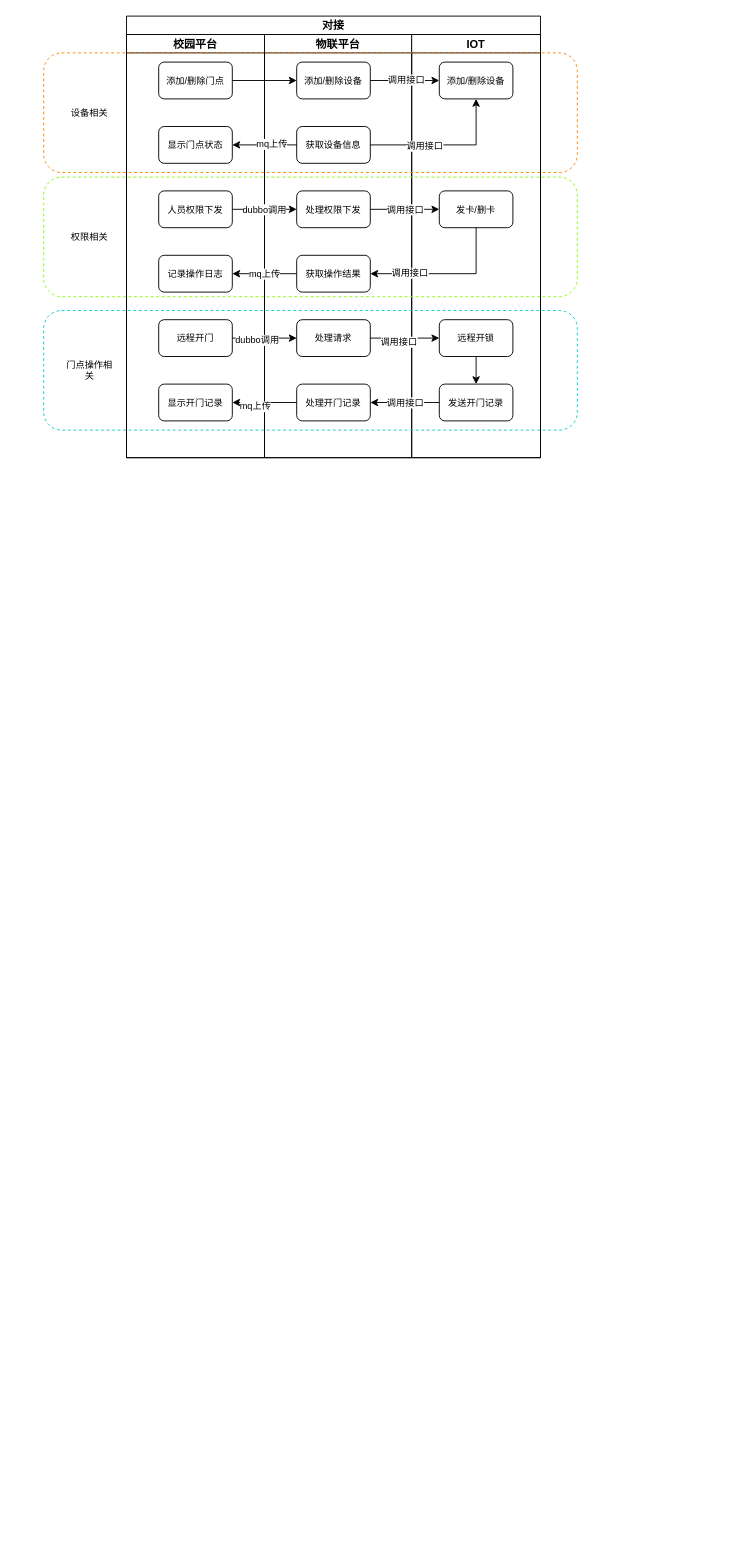
This is 禾田对接.drawio from chaselch/chasel-draw-pic, a draw.io file, before an edit. Source tidied: cells renumbered, new cells numbered last; positions are measured from the earlier drawing's top-left corner, leaving out a move shared by most shapes. Both pictures are drawn from the tidied source at 92%, with x=0, y=0 at pixel (43, 16).
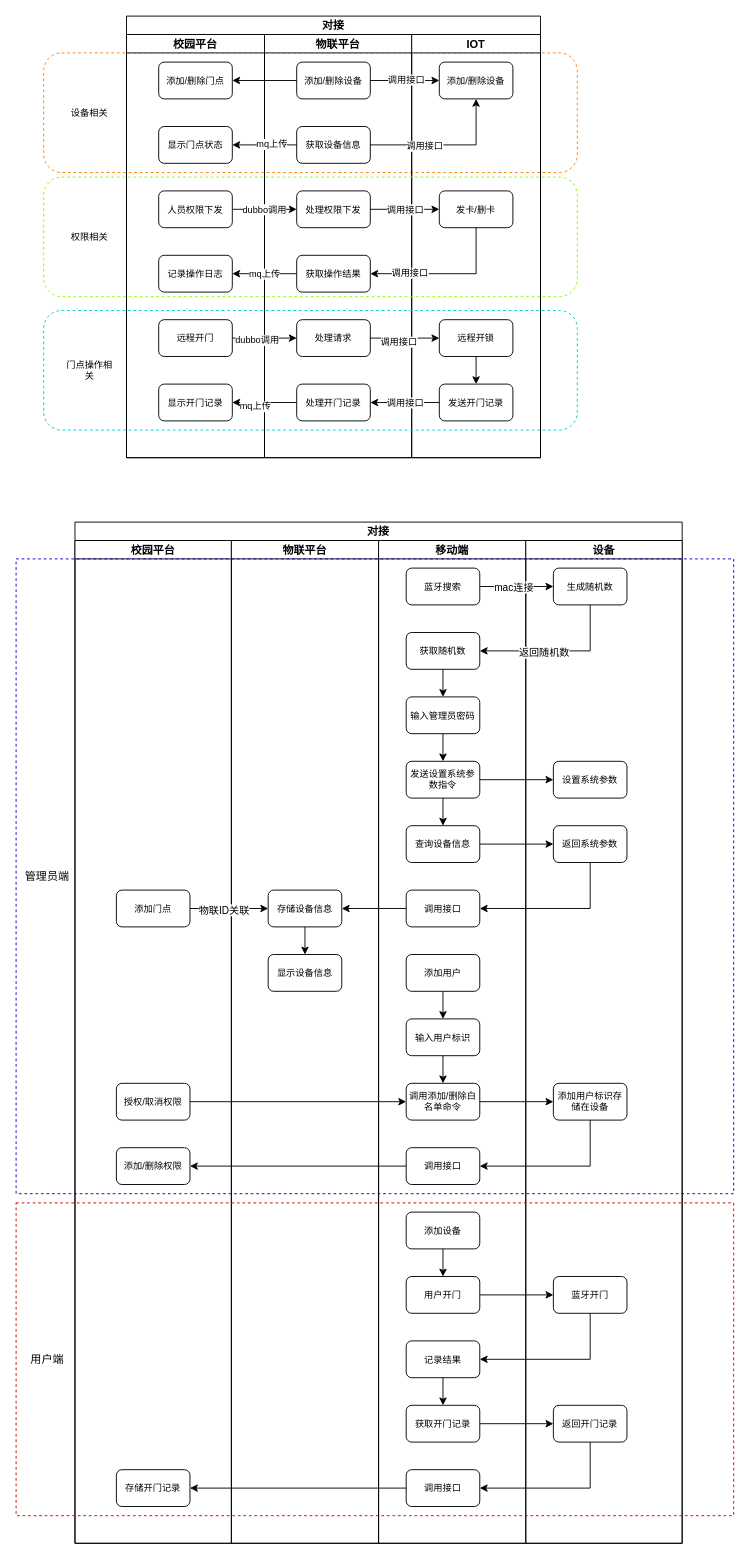
Above is the later version.

Commit message:
更新禾田对接.drawio

Unchanged cells that the change refers to:
```xml
<mxCell id="2" value="对接" style="swimlane;startSize=20;" parent="1" vertex="1">
  <mxGeometry x="90" width="450" height="480" as="geometry" />
</mxCell>
<mxCell id="4" value="添加/删除门点" style="rounded=1;whiteSpace=wrap;html=1;fontSize=10;" parent="3" vertex="1">
  <mxGeometry x="35" y="30" width="80" height="40" as="geometry" />
</mxCell>
<mxCell id="11" value="添加/删除设备" style="rounded=1;whiteSpace=wrap;html=1;fontSize=10;" parent="10" vertex="1">
  <mxGeometry x="35" y="30" width="80" height="40" as="geometry" />
</mxCell>
```

Change to the diagram source:
```diff
@@
+    <mxCell id="43" style="rounded=1;whiteSpace=wrap;html=1;fontSize=10;fillColor=none;dashed=1;strokeColor=#FF8000;" parent="1" vertex="1">
+      <mxGeometry y="40" width="580" height="130" as="geometry" />
+    </mxCell>
@@
-    <mxCell id="27" style="edgeStyle=orthogonalEdgeStyle;rounded=0;jettySize=auto;html=1;exitX=1;exitY=0.5;exitDx=0;exitDy=0;entryX=0;entryY=0.5;entryDx=0;entryDy=0;fontSize=10;" parent="2" edge="1" source="4" target="11">
+    <mxCell id="27" style="edgeStyle=orthogonalEdgeStyle;rounded=0;jettySize=auto;html=1;exitX=1;exitY=0.5;exitDx=0;exitDy=0;entryX=0;entryY=0.5;entryDx=0;entryDy=0;fontSize=10;startArrow=classic;startFill=1;endArrow=none;endFill=0;" parent="2" edge="1" source="4" target="11">
       <mxGeometry relative="1" as="geometry" />
     </mxCell>
@@
-    <mxCell id="43" style="rounded=1;whiteSpace=wrap;html=1;fontSize=10;fillColor=none;dashed=1;strokeColor=#FF8000;" parent="1" vertex="1">
-      <mxGeometry y="40" width="580" height="130" as="geometry" />
-    </mxCell>
@@
+    <mxCell id="49" value="对接" style="swimlane;startSize=20;" parent="1" vertex="1">
+      <mxGeometry x="34" y="550" width="660" height="1110" as="geometry" />
+    </mxCell>
+    <mxCell id="50" value="校园平台" style="swimlane;startSize=20;" parent="49" vertex="1">
+      <mxGeometry y="20" width="170" height="1090" as="geometry" />
+    </mxCell>
+    <mxCell id="51" value="添加门点" style="rounded=1;whiteSpace=wrap;html=1;fontSize=10;" parent="50" vertex="1">
+      <mxGeometry x="45" y="380" width="80" height="40" as="geometry" />
+    </mxCell>
+    <mxCell id="52" value="添加/删除权限" style="rounded=1;whiteSpace=wrap;html=1;fontSize=10;" parent="50" vertex="1">
+      <mxGeometry x="45" y="660" width="80" height="40" as="geometry" />
+    </mxCell>
+    <mxCell id="53" value="授权/取消权限" style="rounded=1;whiteSpace=wrap;html=1;fontSize=10;" parent="50" vertex="1">
+      <mxGeometry x="45" y="590" width="80" height="40" as="geometry" />
+    </mxCell>
+    <mxCell id="54" value="存储开门记录" style="rounded=1;whiteSpace=wrap;html=1;fontSize=10;" parent="50" vertex="1">
+      <mxGeometry x="45" y="1010" width="80" height="40" as="geometry" />
+    </mxCell>
+    <mxCell id="55" value="物联平台" style="swimlane;startSize=20;" parent="49" vertex="1">
+      <mxGeometry x="170" y="20" width="160" height="1090" as="geometry" />
+    </mxCell>
+    <mxCell id="56" style="edgeStyle=orthogonalEdgeStyle;rounded=0;jettySize=auto;html=1;exitX=0.5;exitY=1;exitDx=0;exitDy=0;entryX=0.5;entryY=0;entryDx=0;entryDy=0;startArrow=none;startFill=0;endArrow=classic;endFill=1;" parent="55" edge="1" source="57" target="58">
+      <mxGeometry relative="1" as="geometry" />
+    </mxCell>
+    <mxCell id="57" value="存储设备信息" style="rounded=1;whiteSpace=wrap;html=1;fontSize=10;" parent="55" vertex="1">
+      <mxGeometry x="40" y="380" width="80" height="40" as="geometry" />
+    </mxCell>
+    <mxCell id="58" value="显示设备信息" style="rounded=1;whiteSpace=wrap;html=1;fontSize=10;" parent="55" vertex="1">
+      <mxGeometry x="40" y="450" width="80" height="40" as="geometry" />
+    </mxCell>
+    <mxCell id="59" value="移动端" style="swimlane;startSize=20;" parent="49" vertex="1">
+      <mxGeometry x="330" y="20" width="160" height="1090" as="geometry" />
+    </mxCell>
+    <mxCell id="60" value="蓝牙搜索" style="rounded=1;whiteSpace=wrap;html=1;fontSize=10;" parent="59" vertex="1">
+      <mxGeometry x="30" y="30" width="80" height="40" as="geometry" />
+    </mxCell>
+    <mxCell id="61" style="edgeStyle=orthogonalEdgeStyle;rounded=0;orthogonalLoop=1;jettySize=auto;html=1;exitX=0.5;exitY=1;exitDx=0;exitDy=0;entryX=0.5;entryY=0;entryDx=0;entryDy=0;fontSize=10;" parent="59" edge="1">
+      <mxGeometry relative="1" as="geometry">
+        <mxPoint x="70" y="380" as="targetPoint" />
+      </mxGeometry>
+    </mxCell>
+    <mxCell id="62" style="edgeStyle=orthogonalEdgeStyle;rounded=0;jettySize=auto;html=1;exitX=0.5;exitY=1;exitDx=0;exitDy=0;entryX=0.5;entryY=0;entryDx=0;entryDy=0;startArrow=none;startFill=0;endArrow=classic;endFill=1;" parent="59" edge="1" source="63" target="65">
+      <mxGeometry relative="1" as="geometry" />
+    </mxCell>
+    <mxCell id="63" value="获取随机数" style="rounded=1;whiteSpace=wrap;html=1;fontSize=10;" parent="59" vertex="1">
+      <mxGeometry x="30" y="100" width="80" height="40" as="geometry" />
+    </mxCell>
+    <mxCell id="64" style="edgeStyle=orthogonalEdgeStyle;rounded=0;jettySize=auto;html=1;exitX=0.5;exitY=1;exitDx=0;exitDy=0;entryX=0.5;entryY=0;entryDx=0;entryDy=0;startArrow=none;startFill=0;endArrow=classic;endFill=1;" parent="59" edge="1" source="65" target="67">
+      <mxGeometry relative="1" as="geometry" />
+    </mxCell>
+    <mxCell id="65" value="输入管理员密码" style="rounded=1;whiteSpace=wrap;html=1;fontSize=10;" parent="59" vertex="1">
+      <mxGeometry x="30" y="170" width="80" height="40" as="geometry" />
+    </mxCell>
+    <mxCell id="66" style="edgeStyle=orthogonalEdgeStyle;rounded=0;jettySize=auto;html=1;exitX=0.5;exitY=1;exitDx=0;exitDy=0;entryX=0.5;entryY=0;entryDx=0;entryDy=0;startArrow=none;startFill=0;endArrow=classic;endFill=1;" parent="59" edge="1" source="67" target="68">
+      <mxGeometry relative="1" as="geometry" />
+    </mxCell>
+    <mxCell id="67" value="发送设置系统参数指令" style="rounded=1;whiteSpace=wrap;html=1;fontSize=10;" parent="59" vertex="1">
+      <mxGeometry x="30" y="240" width="80" height="40" as="geometry" />
+    </mxCell>
+    <mxCell id="68" value="查询设备信息" style="rounded=1;whiteSpace=wrap;html=1;fontSize=10;" parent="59" vertex="1">
+      <mxGeometry x="30" y="310" width="80" height="40" as="geometry" />
+    </mxCell>
+    <mxCell id="69" value="调用接口" style="rounded=1;whiteSpace=wrap;html=1;fontSize=10;" parent="59" vertex="1">
+      <mxGeometry x="30" y="380" width="80" height="40" as="geometry" />
+    </mxCell>
+    <mxCell id="70" style="edgeStyle=orthogonalEdgeStyle;rounded=0;jettySize=auto;html=1;exitX=0.5;exitY=1;exitDx=0;exitDy=0;entryX=0.5;entryY=0;entryDx=0;entryDy=0;startArrow=none;startFill=0;endArrow=classic;endFill=1;" parent="59" edge="1" source="71" target="73">
+      <mxGeometry relative="1" as="geometry" />
+    </mxCell>
+    <mxCell id="71" value="添加用户" style="rounded=1;whiteSpace=wrap;html=1;fontSize=10;" parent="59" vertex="1">
+      <mxGeometry x="30" y="450" width="80" height="40" as="geometry" />
+    </mxCell>
+    <mxCell id="72" style="edgeStyle=orthogonalEdgeStyle;rounded=0;jettySize=auto;html=1;exitX=0.5;exitY=1;exitDx=0;exitDy=0;entryX=0.5;entryY=0;entryDx=0;entryDy=0;startArrow=none;startFill=0;endArrow=classic;endFill=1;" parent="59" edge="1" source="73" target="74">
+      <mxGeometry relative="1" as="geometry" />
+    </mxCell>
+    <mxCell id="73" value="输入用户标识" style="rounded=1;whiteSpace=wrap;html=1;fontSize=10;" parent="59" vertex="1">
+      <mxGeometry x="30" y="520" width="80" height="40" as="geometry" />
+    </mxCell>
+    <mxCell id="74" value="调用添加/删除白名单命令" style="rounded=1;whiteSpace=wrap;html=1;fontSize=10;" parent="59" vertex="1">
+      <mxGeometry x="30" y="590" width="80" height="40" as="geometry" />
+    </mxCell>
+    <mxCell id="75" value="调用接口" style="rounded=1;whiteSpace=wrap;html=1;fontSize=10;" parent="59" vertex="1">
+      <mxGeometry x="30" y="660" width="80" height="40" as="geometry" />
+    </mxCell>
+    <mxCell id="76" style="edgeStyle=orthogonalEdgeStyle;rounded=0;jettySize=auto;html=1;exitX=0.5;exitY=1;exitDx=0;exitDy=0;entryX=0.5;entryY=0;entryDx=0;entryDy=0;startArrow=none;startFill=0;endArrow=classic;endFill=1;" parent="59" edge="1" source="77" target="78">
+      <mxGeometry relative="1" as="geometry" />
+    </mxCell>
+    <mxCell id="77" value="添加设备" style="rounded=1;whiteSpace=wrap;html=1;fontSize=10;" parent="59" vertex="1">
+      <mxGeometry x="30" y="730" width="80" height="40" as="geometry" />
+    </mxCell>
+    <mxCell id="78" value="用户开门" style="rounded=1;whiteSpace=wrap;html=1;fontSize=10;" parent="59" vertex="1">
+      <mxGeometry x="30" y="800" width="80" height="40" as="geometry" />
+    </mxCell>
+    <mxCell id="79" value="获取开门记录" style="rounded=1;whiteSpace=wrap;html=1;fontSize=10;" parent="59" vertex="1">
+      <mxGeometry x="30" y="940" width="80" height="40" as="geometry" />
+    </mxCell>
+    <mxCell id="80" style="edgeStyle=orthogonalEdgeStyle;rounded=0;jettySize=auto;html=1;exitX=0.5;exitY=1;exitDx=0;exitDy=0;entryX=0.5;entryY=0;entryDx=0;entryDy=0;startArrow=none;startFill=0;endArrow=classic;endFill=1;" parent="59" edge="1" source="81" target="79">
+      <mxGeometry relative="1" as="geometry" />
+    </mxCell>
+    <mxCell id="81" value="记录结果" style="rounded=1;whiteSpace=wrap;html=1;fontSize=10;" parent="59" vertex="1">
+      <mxGeometry x="30" y="870" width="80" height="40" as="geometry" />
+    </mxCell>
+    <mxCell id="82" value="调用接口" style="rounded=1;whiteSpace=wrap;html=1;fontSize=10;" parent="59" vertex="1">
+      <mxGeometry x="30" y="1010" width="80" height="40" as="geometry" />
+    </mxCell>
+    <mxCell id="83" value="设备" style="swimlane;startSize=20;" parent="49" vertex="1">
+      <mxGeometry x="490" y="20" width="170" height="1090" as="geometry" />
+    </mxCell>
+    <mxCell id="84" value="生成随机数" style="rounded=1;whiteSpace=wrap;html=1;fontSize=10;" parent="83" vertex="1">
+      <mxGeometry x="30" y="30" width="80" height="40" as="geometry" />
+    </mxCell>
+    <mxCell id="85" style="edgeStyle=orthogonalEdgeStyle;rounded=0;orthogonalLoop=1;jettySize=auto;html=1;exitX=0.5;exitY=1;exitDx=0;exitDy=0;entryX=0.5;entryY=0;entryDx=0;entryDy=0;fontSize=10;" parent="83" edge="1">
+      <mxGeometry relative="1" as="geometry">
+        <mxPoint x="70" y="380" as="targetPoint" />
+      </mxGeometry>
+    </mxCell>
+    <mxCell id="86" value="设置系统参数" style="rounded=1;whiteSpace=wrap;html=1;fontSize=10;" parent="83" vertex="1">
+      <mxGeometry x="30" y="240" width="80" height="40" as="geometry" />
+    </mxCell>
+    <mxCell id="87" value="返回系统参数" style="rounded=1;whiteSpace=wrap;html=1;fontSize=10;" parent="83" vertex="1">
+      <mxGeometry x="30" y="310" width="80" height="40" as="geometry" />
+    </mxCell>
+    <mxCell id="88" value="添加用户标识存储在设备" style="rounded=1;whiteSpace=wrap;html=1;fontSize=10;" parent="83" vertex="1">
+      <mxGeometry x="30" y="590" width="80" height="40" as="geometry" />
+    </mxCell>
+    <mxCell id="89" value="蓝牙开门" style="rounded=1;whiteSpace=wrap;html=1;fontSize=10;" parent="83" vertex="1">
+      <mxGeometry x="30" y="800" width="80" height="40" as="geometry" />
+    </mxCell>
+    <mxCell id="90" value="返回开门记录" style="rounded=1;whiteSpace=wrap;html=1;fontSize=10;" parent="83" vertex="1">
+      <mxGeometry x="30" y="940" width="80" height="40" as="geometry" />
+    </mxCell>
+    <mxCell id="91" style="edgeStyle=orthogonalEdgeStyle;rounded=0;jettySize=auto;html=1;exitX=1;exitY=0.5;exitDx=0;exitDy=0;startArrow=none;startFill=0;endArrow=classic;endFill=1;" parent="49" edge="1" source="60" target="84">
+      <mxGeometry relative="1" as="geometry" />
+    </mxCell>
+    <mxCell id="92" value="mac连接" style="edgeLabel;html=1;align=center;verticalAlign=middle;" parent="91" vertex="1">
+      <mxGeometry x="-0.43" relative="1" as="geometry">
+        <mxPoint x="13" as="offset" />
+      </mxGeometry>
+    </mxCell>
+    <mxCell id="93" style="edgeStyle=orthogonalEdgeStyle;rounded=0;jettySize=auto;html=1;exitX=0.5;exitY=1;exitDx=0;exitDy=0;entryX=1;entryY=0.5;entryDx=0;entryDy=0;startArrow=none;startFill=0;endArrow=classic;endFill=1;" parent="49" edge="1" source="84" target="63">
+      <mxGeometry relative="1" as="geometry" />
+    </mxCell>
+    <mxCell id="94" value="返回随机数" style="edgeLabel;html=1;align=center;verticalAlign=middle;" parent="93" vertex="1">
+      <mxGeometry x="0.19" y="1" relative="1" as="geometry" />
+    </mxCell>
+    <mxCell id="95" style="edgeStyle=orthogonalEdgeStyle;rounded=0;jettySize=auto;html=1;exitX=1;exitY=0.5;exitDx=0;exitDy=0;entryX=0;entryY=0.5;entryDx=0;entryDy=0;startArrow=none;startFill=0;endArrow=classic;endFill=1;" parent="49" edge="1" source="67" target="86">
+      <mxGeometry relative="1" as="geometry" />
+    </mxCell>
+    <mxCell id="96" style="edgeStyle=orthogonalEdgeStyle;rounded=0;jettySize=auto;html=1;exitX=1;exitY=0.5;exitDx=0;exitDy=0;entryX=0;entryY=0.5;entryDx=0;entryDy=0;startArrow=none;startFill=0;endArrow=classic;endFill=1;" parent="49" edge="1" source="68" target="87">
+      <mxGeometry relative="1" as="geometry" />
+    </mxCell>
+    <mxCell id="97" style="edgeStyle=orthogonalEdgeStyle;rounded=0;jettySize=auto;html=1;exitX=0.5;exitY=1;exitDx=0;exitDy=0;entryX=1;entryY=0.5;entryDx=0;entryDy=0;startArrow=none;startFill=0;endArrow=classic;endFill=1;" parent="49" edge="1" source="87" target="69">
+      <mxGeometry relative="1" as="geometry" />
+    </mxCell>
+    <mxCell id="98" style="edgeStyle=orthogonalEdgeStyle;rounded=0;jettySize=auto;html=1;exitX=0;exitY=0.5;exitDx=0;exitDy=0;entryX=1;entryY=0.5;entryDx=0;entryDy=0;startArrow=none;startFill=0;endArrow=classic;endFill=1;" parent="49" edge="1" source="69" target="57">
+      <mxGeometry relative="1" as="geometry" />
+    </mxCell>
+    <mxCell id="99" style="edgeStyle=orthogonalEdgeStyle;rounded=0;jettySize=auto;html=1;exitX=1;exitY=0.5;exitDx=0;exitDy=0;entryX=0;entryY=0.5;entryDx=0;entryDy=0;startArrow=none;startFill=0;endArrow=classic;endFill=1;" parent="49" edge="1" source="51" target="57">
+      <mxGeometry relative="1" as="geometry" />
+    </mxCell>
+    <mxCell id="100" value="物联ID关联" style="edgeLabel;html=1;align=center;verticalAlign=middle;" parent="99" vertex="1">
+      <mxGeometry x="-0.15" relative="1" as="geometry">
+        <mxPoint y="1" as="offset" />
+      </mxGeometry>
+    </mxCell>
+    <mxCell id="101" style="edgeStyle=orthogonalEdgeStyle;rounded=0;jettySize=auto;html=1;exitX=1;exitY=0.5;exitDx=0;exitDy=0;entryX=0;entryY=0.5;entryDx=0;entryDy=0;startArrow=none;startFill=0;endArrow=classic;endFill=1;" parent="49" edge="1" source="74" target="88">
+      <mxGeometry relative="1" as="geometry" />
+    </mxCell>
+    <mxCell id="102" style="edgeStyle=orthogonalEdgeStyle;rounded=0;jettySize=auto;html=1;exitX=0.5;exitY=1;exitDx=0;exitDy=0;entryX=1;entryY=0.5;entryDx=0;entryDy=0;startArrow=none;startFill=0;endArrow=classic;endFill=1;" parent="49" edge="1" source="88" target="75">
+      <mxGeometry relative="1" as="geometry" />
+    </mxCell>
+    <mxCell id="103" style="edgeStyle=orthogonalEdgeStyle;rounded=0;jettySize=auto;html=1;exitX=0;exitY=0.5;exitDx=0;exitDy=0;startArrow=none;startFill=0;endArrow=classic;endFill=1;entryX=1;entryY=0.5;entryDx=0;entryDy=0;" parent="49" edge="1" source="75" target="52">
+      <mxGeometry relative="1" as="geometry" />
+    </mxCell>
+    <mxCell id="104" style="edgeStyle=orthogonalEdgeStyle;rounded=0;jettySize=auto;html=1;exitX=1;exitY=0.5;exitDx=0;exitDy=0;entryX=0;entryY=0.5;entryDx=0;entryDy=0;startArrow=none;startFill=0;endArrow=classic;endFill=1;" parent="49" edge="1" source="53" target="74">
+      <mxGeometry relative="1" as="geometry" />
+    </mxCell>
+    <mxCell id="105" style="edgeStyle=orthogonalEdgeStyle;rounded=0;jettySize=auto;html=1;exitX=1;exitY=0.5;exitDx=0;exitDy=0;entryX=0;entryY=0.5;entryDx=0;entryDy=0;startArrow=none;startFill=0;endArrow=classic;endFill=1;" parent="49" edge="1" source="78" target="89">
+      <mxGeometry relative="1" as="geometry" />
+    </mxCell>
+    <mxCell id="106" style="edgeStyle=orthogonalEdgeStyle;rounded=0;jettySize=auto;html=1;exitX=0.5;exitY=1;exitDx=0;exitDy=0;entryX=1;entryY=0.5;entryDx=0;entryDy=0;startArrow=none;startFill=0;endArrow=classic;endFill=1;" parent="49" edge="1" source="89" target="81">
+      <mxGeometry relative="1" as="geometry" />
+    </mxCell>
+    <mxCell id="107" style="edgeStyle=orthogonalEdgeStyle;rounded=0;jettySize=auto;html=1;exitX=1;exitY=0.5;exitDx=0;exitDy=0;entryX=0;entryY=0.5;entryDx=0;entryDy=0;startArrow=none;startFill=0;endArrow=classic;endFill=1;" parent="49" edge="1" source="79" target="90">
+      <mxGeometry relative="1" as="geometry" />
+    </mxCell>
+    <mxCell id="108" style="edgeStyle=orthogonalEdgeStyle;rounded=0;jettySize=auto;html=1;exitX=0.5;exitY=1;exitDx=0;exitDy=0;entryX=1;entryY=0.5;entryDx=0;entryDy=0;startArrow=none;startFill=0;endArrow=classic;endFill=1;" parent="49" edge="1" source="90" target="82">
+      <mxGeometry relative="1" as="geometry" />
+    </mxCell>
+    <mxCell id="109" style="edgeStyle=orthogonalEdgeStyle;rounded=0;jettySize=auto;html=1;exitX=0;exitY=0.5;exitDx=0;exitDy=0;entryX=1;entryY=0.5;entryDx=0;entryDy=0;startArrow=none;startFill=0;endArrow=classic;endFill=1;" parent="49" edge="1" source="82" target="54">
+      <mxGeometry relative="1" as="geometry" />
+    </mxCell>
+    <mxCell id="110" style="rounded=0;whiteSpace=wrap;html=1;fillColor=none;strokeColor=#0000CC;dashed=1;" parent="1" vertex="1">
+      <mxGeometry x="-30" y="590" width="780" height="690" as="geometry" />
+    </mxCell>
+    <mxCell id="111" value="管理员端" style="text;html=1;strokeColor=none;fillColor=none;align=center;verticalAlign=middle;whiteSpace=wrap;rounded=0;" parent="1" vertex="1">
+      <mxGeometry x="-26" y="920" width="60" height="30" as="geometry" />
+    </mxCell>
+    <mxCell id="112" style="rounded=0;whiteSpace=wrap;html=1;dashed=1;strokeColor=#CC0000;fillColor=none;" parent="1" vertex="1">
+      <mxGeometry x="-30" y="1290" width="780" height="340" as="geometry" />
+    </mxCell>
+    <mxCell id="113" value="用户端" style="text;html=1;strokeColor=none;fillColor=none;align=center;verticalAlign=middle;whiteSpace=wrap;rounded=0;" parent="1" vertex="1">
+      <mxGeometry x="-26" y="1445" width="60" height="30" as="geometry" />
+    </mxCell>
```
